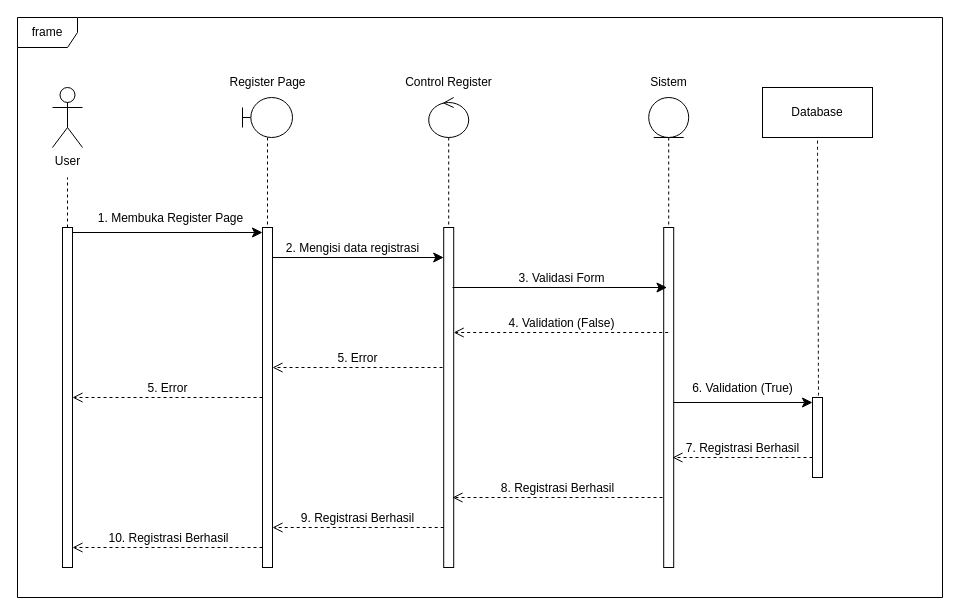
AldoGunawan/kp-tapung keeps this draw.io diagram as page "Page-1" (1 of 2) of sed.drawio. Above is the earlier version. Source tidied: cells renumbered, new cells numbered last; positions are measured from the earlier drawing's top-left corner, leaving out a move shared by most shapes. Both pictures are drawn from the tidied source at 100%, with x=0, y=0 at pixel (17, 17).
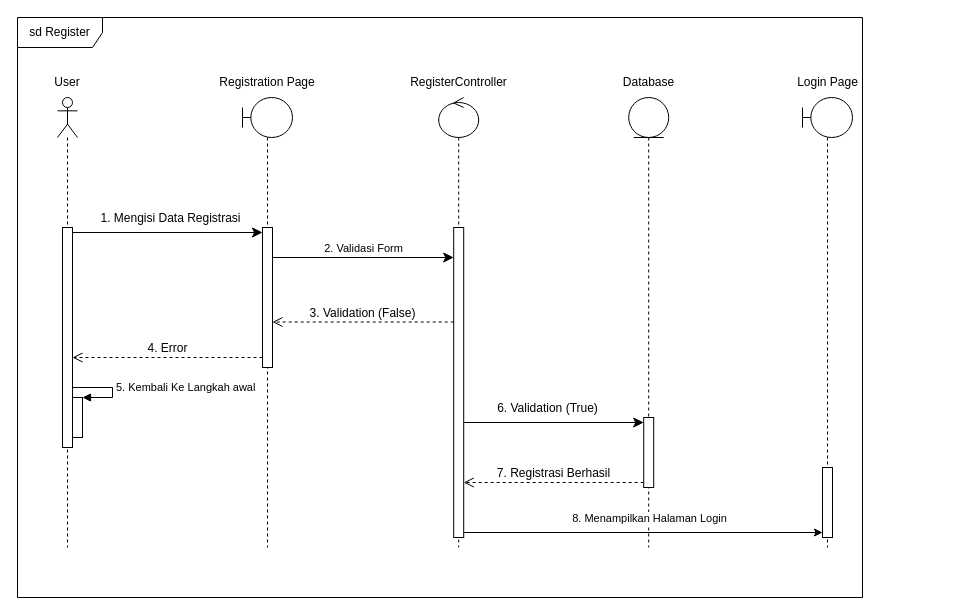
The same diagram, later.

Unchanged cells that the change refers to:
```xml
<mxCell id="4" style="edgeStyle=none;curved=0;rounded=0;jettySize=auto;html=1;exitX=1;exitY=0;exitDx=0;exitDy=5;exitPerimeter=0;fontSize=12;startSize=8;endSize=8;" parent="1" edge="1" source="6" target="9">
  <mxGeometry relative="1" as="geometry" />
</mxCell>
```

Change to the diagram source:
```diff
@@
+    <mxCell id="33" style="shape=umlLifeline;perimeter=lifelinePerimeter;whiteSpace=wrap;html=1;newEdgeStyle={&quot;curved&quot;:0,&quot;rounded&quot;:0};participant=umlActor;" parent="1" vertex="1">
+      <mxGeometry x="40" y="80" width="20" height="450" as="geometry" />
+    </mxCell>
-    <mxCell id="2" value="frame" style="shape=umlFrame;whiteSpace=wrap;html=1;" parent="1" vertex="1">
-      <mxGeometry width="925" height="580" as="geometry" />
+    <mxCell id="2" value="sd Register" style="shape=umlFrame;whiteSpace=wrap;html=1;width=85;height=30;" parent="1" vertex="1">
+      <mxGeometry width="845" height="580" as="geometry" />
     </mxCell>
-    <mxCell id="3" value="User" style="shape=umlActor;verticalLabelPosition=bottom;verticalAlign=top;html=1;" parent="1" vertex="1">
-      <mxGeometry x="35" y="70" width="30" height="60" as="geometry" />
-    </mxCell>
@@
-    <mxCell id="5" value="1. Membuka Register Page" style="edgeLabel;html=1;align=center;verticalAlign=middle;fontSize=12;" parent="4" vertex="1">
+    <mxCell id="5" value="1. Mengisi Data Registrasi" style="edgeLabel;html=1;align=center;verticalAlign=middle;fontSize=12;" parent="4" vertex="1">
       <mxGeometry x="0.02" y="-2" relative="1" as="geometry">
         <mxPoint y="-17" as="offset" />
       </mxGeometry>
     </mxCell>
     <mxCell id="6" style="html=1;points=[[0,0,0,0,5],[0,1,0,0,-5],[1,0,0,0,5],[1,1,0,0,-5]];perimeter=orthogonalPerimeter;outlineConnect=0;targetShapes=umlLifeline;portConstraint=eastwest;newEdgeStyle={&quot;curved&quot;:0,&quot;rounded&quot;:0};" parent="1" vertex="1">
-      <mxGeometry x="45" y="210" width="10" height="340" as="geometry" />
+      <mxGeometry x="45" y="210" width="10" height="220" as="geometry" />
     </mxCell>
-    <mxCell id="7" style="endArrow=none;dashed=1;html=1;rounded=0;" parent="1" edge="1" source="6">
-      <mxGeometry relative="1" as="geometry">
-        <mxPoint x="50" y="160" as="targetPoint" />
-      </mxGeometry>
-    </mxCell>
     <mxCell id="8" style="shape=umlLifeline;perimeter=lifelinePerimeter;whiteSpace=wrap;html=1;newEdgeStyle={&quot;curved&quot;:0,&quot;rounded&quot;:0};participant=umlBoundary;" parent="1" vertex="1">
-      <mxGeometry x="225" y="80" width="50" height="420" as="geometry" />
+      <mxGeometry x="225" y="80" width="50" height="450" as="geometry" />
     </mxCell>
     <mxCell id="9" style="html=1;points=[[0,0,0,0,5],[0,1,0,0,-5],[1,0,0,0,5],[1,1,0,0,-5]];perimeter=orthogonalPerimeter;outlineConnect=0;targetShapes=umlLifeline;portConstraint=eastwest;newEdgeStyle={&quot;curved&quot;:0,&quot;rounded&quot;:0};" parent="8" vertex="1">
-      <mxGeometry x="20" y="130" width="10" height="340" as="geometry" />
+      <mxGeometry x="20" y="130" width="10" height="140" as="geometry" />
     </mxCell>
-    <mxCell id="10" style="shape=umlLifeline;perimeter=lifelinePerimeter;whiteSpace=wrap;html=1;newEdgeStyle={&quot;curved&quot;:0,&quot;rounded&quot;:0};participant=umlControl;" parent="1" vertex="1">
-      <mxGeometry x="411.2" y="80" width="40" height="470" as="geometry" />
-    </mxCell>
-    <mxCell id="11" style="html=1;points=[[0,0,0,0,5],[0,1,0,0,-5],[1,0,0,0,5],[1,1,0,0,-5]];perimeter=orthogonalPerimeter;outlineConnect=0;targetShapes=umlLifeline;portConstraint=eastwest;newEdgeStyle={&quot;curved&quot;:0,&quot;rounded&quot;:0};" parent="10" vertex="1">
-      <mxGeometry x="15" y="130" width="10" height="340" as="geometry" />
-    </mxCell>
-    <mxCell id="12" style="shape=umlLifeline;perimeter=lifelinePerimeter;whiteSpace=wrap;html=1;outlineConnect=0;portConstraint=eastwest;newEdgeStyle={&quot;curved&quot;:0,&quot;rounded&quot;:0};participant=umlEntity;" parent="1" vertex="1">
-      <mxGeometry x="631.2" y="80" width="40" height="470" as="geometry" />
-    </mxCell>
-    <mxCell id="13" style="html=1;points=[[0,0,0,0,5],[0,1,0,0,-5],[1,0,0,0,5],[1,1,0,0,-5]];perimeter=orthogonalPerimeter;outlineConnect=0;targetShapes=umlLifeline;portConstraint=eastwest;newEdgeStyle={&quot;curved&quot;:0,&quot;rounded&quot;:0};" parent="12" vertex="1">
-      <mxGeometry x="15" y="130" width="10" height="340" as="geometry" />
-    </mxCell>
-    <mxCell id="14" value="Register Page" style="text;html=1;align=center;verticalAlign=middle;whiteSpace=wrap;rounded=0;" parent="1" vertex="1">
-      <mxGeometry x="207.5" y="50" width="85" height="30" as="geometry" />
+    <mxCell id="14" value="Registration Page" style="text;html=1;align=center;verticalAlign=middle;whiteSpace=wrap;rounded=0;" parent="1" vertex="1">
+      <mxGeometry x="201.2" y="50" width="97.5" height="30" as="geometry" />
     </mxCell>
-    <mxCell id="15" value="Control Register" style="text;html=1;align=center;verticalAlign=middle;whiteSpace=wrap;rounded=0;" parent="1" vertex="1">
-      <mxGeometry x="385" y="50" width="92.5" height="30" as="geometry" />
-    </mxCell>
-    <mxCell id="16" value="Sistem" style="text;html=1;align=center;verticalAlign=middle;whiteSpace=wrap;rounded=0;" parent="1" vertex="1">
-      <mxGeometry x="605" y="50" width="92.5" height="30" as="geometry" />
+    <mxCell id="16" value="RegisterController" style="text;html=1;align=center;verticalAlign=middle;whiteSpace=wrap;rounded=0;" parent="1" vertex="1">
+      <mxGeometry x="395" y="50" width="92.5" height="30" as="geometry" />
     </mxCell>
-    <mxCell id="17" style="edgeStyle=none;curved=0;rounded=0;orthogonalLoop=1;jettySize=auto;html=1;exitX=1;exitY=0;exitDx=0;exitDy=5;exitPerimeter=0;fontSize=12;startSize=8;endSize=8;" parent="1" edge="1">
+    <mxCell id="17" style="edgeStyle=none;curved=0;rounded=0;jettySize=auto;html=1;fontSize=12;startSize=8;endSize=8;" parent="1" edge="1" target="38">
       <mxGeometry relative="1" as="geometry">
         <mxPoint x="255" y="240" as="sourcePoint" />
-        <mxPoint x="426.2" y="240" as="targetPoint" />
       </mxGeometry>
     </mxCell>
-    <mxCell id="18" value="2. Mengisi data registrasi" style="edgeLabel;html=1;align=center;verticalAlign=middle;fontSize=12;" parent="17" vertex="1">
-      <mxGeometry x="-0.08" y="1" relative="1" as="geometry">
-        <mxPoint y="-9" as="offset" />
-      </mxGeometry>
-    </mxCell>
-    <mxCell id="19" style="edgeStyle=none;curved=0;rounded=0;orthogonalLoop=1;jettySize=auto;html=1;exitX=1;exitY=0;exitDx=0;exitDy=5;exitPerimeter=0;fontSize=12;startSize=8;endSize=8;" parent="1" edge="1">
-      <mxGeometry relative="1" as="geometry">
-        <mxPoint x="435" y="270" as="sourcePoint" />
-        <mxPoint x="649.5" y="270" as="targetPoint" />
-      </mxGeometry>
-    </mxCell>
-    <mxCell id="20" value="3. Validasi Form" style="edgeLabel;html=1;align=center;verticalAlign=middle;fontSize=12;" parent="19" vertex="1">
-      <mxGeometry x="0.01" y="-2" relative="1" as="geometry">
-        <mxPoint y="-12" as="offset" />
-      </mxGeometry>
-    </mxCell>
-    <mxCell id="21" value="Database" style="html=1;whiteSpace=wrap;" parent="1" vertex="1">
-      <mxGeometry x="745" y="70" width="110" height="50" as="geometry" />
-    </mxCell>
+    <mxCell id="34" value="2. Validasi Form" style="edgeLabel;html=1;align=center;verticalAlign=middle;" parent="17" vertex="1">
+      <mxGeometry x="-0.08" y="1" relative="1" as="geometry">
+        <mxPoint x="7" y="-9" as="offset" />
+      </mxGeometry>
+    </mxCell>
-    <mxCell id="22" value="4. Validation (False)" style="html=1;verticalAlign=bottom;endArrow=open;dashed=1;endSize=8;curved=0;rounded=0;fontSize=12;" parent="1" edge="1" source="12" target="11">
-      <mxGeometry relative="1" as="geometry" />
+    <mxCell id="22" value="3. Validation (False)" style="html=1;verticalAlign=bottom;endArrow=open;dashed=1;endSize=8;curved=0;rounded=0;fontSize=12;" parent="1" edge="1">
+      <mxGeometry relative="1" as="geometry">
+        <mxPoint x="436.2" y="304.5" as="sourcePoint" />
+        <mxPoint x="255" y="304.5" as="targetPoint" />
+      </mxGeometry>
     </mxCell>
-    <mxCell id="23" style="html=1;points=[[0,0,0,0,5],[0,1,0,0,-5],[1,0,0,0,5],[1,1,0,0,-5]];perimeter=orthogonalPerimeter;outlineConnect=0;targetShapes=umlLifeline;portConstraint=eastwest;newEdgeStyle={&quot;curved&quot;:0,&quot;rounded&quot;:0};" parent="1" vertex="1">
-      <mxGeometry x="795" y="380" width="10" height="80" as="geometry" />
-    </mxCell>
-    <mxCell id="24" style="endArrow=none;dashed=1;html=1;rounded=0;fontSize=12;startSize=8;endSize=8;curved=1;entryX=0.5;entryY=1;entryDx=0;entryDy=0;exitX=0.6;exitY=-0.025;exitDx=0;exitDy=0;exitPerimeter=0;" parent="1" edge="1" source="23" target="21">
-      <mxGeometry relative="1" as="geometry" />
-    </mxCell>
-    <mxCell id="25" style="edgeStyle=none;curved=0;rounded=0;jettySize=auto;html=1;entryX=0;entryY=0;entryDx=0;entryDy=5;entryPerimeter=0;fontSize=12;startSize=8;endSize=8;" parent="1" edge="1" source="13" target="23">
+    <mxCell id="25" style="edgeStyle=none;curved=0;rounded=0;jettySize=auto;html=1;fontSize=12;startSize=8;endSize=8;entryX=0;entryY=0;entryDx=0;entryDy=5;entryPerimeter=0;" parent="1" edge="1" source="37" target="40">
       <mxGeometry relative="1" as="geometry" />
     </mxCell>
@@
-    <mxCell id="27" value="7. Registrasi Berhasil" style="html=1;verticalAlign=bottom;endArrow=open;dashed=1;endSize=8;curved=0;rounded=0;fontSize=12;" parent="1" edge="1" source="23">
-      <mxGeometry relative="1" as="geometry">
-        <mxPoint x="655" y="440" as="targetPoint" />
-      </mxGeometry>
+    <mxCell id="27" value="7. Registrasi Berhasil" style="html=1;verticalAlign=bottom;endArrow=open;dashed=1;endSize=8;curved=0;rounded=0;fontSize=12;exitX=0;exitY=1;exitDx=0;exitDy=-5;exitPerimeter=0;" parent="1" edge="1" source="40" target="38">
+      <mxGeometry relative="1" as="geometry" />
     </mxCell>
-    <mxCell id="28" value="5. Error" style="html=1;verticalAlign=bottom;endArrow=open;dashed=1;endSize=8;curved=0;rounded=0;fontSize=12;" parent="1" edge="1">
-      <mxGeometry relative="1" as="geometry">
-        <mxPoint x="425" y="350" as="sourcePoint" />
-        <mxPoint x="255" y="350" as="targetPoint" />
-      </mxGeometry>
-    </mxCell>
-    <mxCell id="29" value="8. Registrasi Berhasil" style="html=1;verticalAlign=bottom;endArrow=open;dashed=1;endSize=8;curved=0;rounded=0;fontSize=12;" parent="1" edge="1">
-      <mxGeometry relative="1" as="geometry">
-        <mxPoint x="645" y="480" as="sourcePoint" />
-        <mxPoint x="435" y="480" as="targetPoint" />
-      </mxGeometry>
-    </mxCell>
-    <mxCell id="30" value="9. Registrasi Berhasil" style="html=1;verticalAlign=bottom;endArrow=open;dashed=1;endSize=8;curved=0;rounded=0;fontSize=12;" parent="1" edge="1" source="11">
-      <mxGeometry relative="1" as="geometry">
-        <mxPoint x="255" y="510" as="targetPoint" />
-        <Array as="points">
-          <mxPoint x="255" y="510" />
-        </Array>
-      </mxGeometry>
-    </mxCell>
-    <mxCell id="31" value="5. Error" style="html=1;verticalAlign=bottom;endArrow=open;dashed=1;endSize=8;curved=0;rounded=0;fontSize=12;" parent="1" edge="1" source="9" target="6">
-      <mxGeometry relative="1" as="geometry" />
+    <mxCell id="31" value="4. Error" style="html=1;verticalAlign=bottom;endArrow=open;dashed=1;endSize=8;curved=0;rounded=0;fontSize=12;" parent="1" edge="1">
+      <mxGeometry relative="1" as="geometry">
+        <mxPoint x="245" y="340" as="sourcePoint" />
+        <mxPoint x="55" y="340" as="targetPoint" />
+      </mxGeometry>
     </mxCell>
-    <mxCell id="32" value="10. Registrasi Berhasil" style="html=1;verticalAlign=bottom;endArrow=open;dashed=1;endSize=8;curved=0;rounded=0;fontSize=12;" parent="1" edge="1">
-      <mxGeometry x="-0.01" relative="1" as="geometry">
-        <mxPoint x="245" y="530" as="sourcePoint" />
-        <mxPoint x="55" y="530" as="targetPoint" />
-      </mxGeometry>
-    </mxCell>
+    <mxCell id="35" style="html=1;perimeter=orthogonalPerimeter;targetShapes=umlLifeline;newEdgeStyle={&quot;curved&quot;:0,&quot;rounded&quot;:0};" parent="1" vertex="1">
+      <mxGeometry x="55" y="380" width="10" height="40" as="geometry" />
+    </mxCell>
+    <mxCell id="36" value="5. Kembali Ke Langkah awal" style="html=1;align=left;spacingLeft=2;endArrow=block;rounded=0;edgeStyle=orthogonalEdgeStyle;curved=0;rounded=0;" parent="1" edge="1">
+      <mxGeometry relative="1" as="geometry">
+        <mxPoint x="55" y="370" as="sourcePoint" />
+        <mxPoint x="65" y="380" as="targetPoint" />
+        <Array as="points">
+          <mxPoint x="95" y="370" />
+          <mxPoint x="95" y="380" />
+        </Array>
+      </mxGeometry>
+    </mxCell>
+    <mxCell id="37" style="shape=umlLifeline;perimeter=lifelinePerimeter;whiteSpace=wrap;html=1;outlineConnect=0;portConstraint=eastwest;newEdgeStyle={&quot;curved&quot;:0,&quot;rounded&quot;:0};participant=umlControl;" parent="1" vertex="1">
+      <mxGeometry x="421.2" y="80" width="40" height="450" as="geometry" />
+    </mxCell>
+    <mxCell id="38" style="html=1;points=[[0,0,0,0,5],[0,1,0,0,-5],[1,0,0,0,5],[1,1,0,0,-5]];perimeter=orthogonalPerimeter;outlineConnect=0;targetShapes=umlLifeline;portConstraint=eastwest;newEdgeStyle={&quot;curved&quot;:0,&quot;rounded&quot;:0};" parent="37" vertex="1">
+      <mxGeometry x="15" y="130" width="10" height="310" as="geometry" />
+    </mxCell>
+    <mxCell id="39" style="shape=umlLifeline;perimeter=lifelinePerimeter;whiteSpace=wrap;html=1;newEdgeStyle={&quot;curved&quot;:0,&quot;rounded&quot;:0};participant=umlEntity;" parent="1" vertex="1">
+      <mxGeometry x="611.2" y="80" width="40" height="450" as="geometry" />
+    </mxCell>
+    <mxCell id="40" style="html=1;points=[[0,0,0,0,5],[0,1,0,0,-5],[1,0,0,0,5],[1,1,0,0,-5]];perimeter=orthogonalPerimeter;outlineConnect=0;targetShapes=umlLifeline;portConstraint=eastwest;newEdgeStyle={&quot;curved&quot;:0,&quot;rounded&quot;:0};" parent="39" vertex="1">
+      <mxGeometry x="15" y="320" width="10" height="70" as="geometry" />
+    </mxCell>
+    <mxCell id="21" value="Database" style="text;html=1;align=center;verticalAlign=middle;whiteSpace=wrap;rounded=0;" parent="1" vertex="1">
+      <mxGeometry x="585" y="50" width="92.5" height="30" as="geometry" />
+    </mxCell>
+    <mxCell id="41" style="shape=umlLifeline;perimeter=lifelinePerimeter;whiteSpace=wrap;html=1;newEdgeStyle={&quot;curved&quot;:0,&quot;rounded&quot;:0};participant=umlBoundary;" parent="1" vertex="1">
+      <mxGeometry x="785" y="80" width="50" height="450" as="geometry" />
+    </mxCell>
+    <mxCell id="42" style="html=1;points=[[0,0,0,0,5],[0,1,0,0,-5],[1,0,0,0,5],[1,1,0,0,-5]];perimeter=orthogonalPerimeter;outlineConnect=0;targetShapes=umlLifeline;portConstraint=eastwest;newEdgeStyle={&quot;curved&quot;:0,&quot;rounded&quot;:0};" parent="41" vertex="1">
+      <mxGeometry x="20" y="370" width="10" height="70" as="geometry" />
+    </mxCell>
+    <mxCell id="43" value="Login Page" style="text;html=1;align=center;verticalAlign=middle;whiteSpace=wrap;rounded=0;" parent="1" vertex="1">
+      <mxGeometry x="763.8" y="50" width="92.5" height="30" as="geometry" />
+    </mxCell>
+    <mxCell id="44" style="edgeStyle=orthogonalEdgeStyle;rounded=0;jettySize=auto;html=1;curved=0;exitX=1;exitY=1;exitDx=0;exitDy=-5;exitPerimeter=0;entryX=0;entryY=1;entryDx=0;entryDy=-5;entryPerimeter=0;" parent="1" edge="1" source="38" target="42">
+      <mxGeometry relative="1" as="geometry" />
+    </mxCell>
+    <mxCell id="45" value="8. Menampilkan Halaman Login" style="edgeLabel;html=1;align=center;verticalAlign=middle;" parent="44" vertex="1">
+      <mxGeometry x="0.01" y="1" relative="1" as="geometry">
+        <mxPoint x="4" y="-14" as="offset" />
+      </mxGeometry>
+    </mxCell>
+    <mxCell id="3" value="User" style="text;html=1;align=center;verticalAlign=middle;whiteSpace=wrap;rounded=0;" parent="1" vertex="1">
+      <mxGeometry x="1.2" y="50" width="97.5" height="30" as="geometry" />
+    </mxCell>
```
